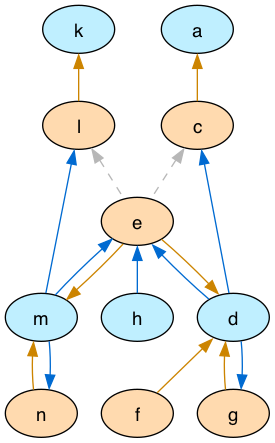
idaks/Games-and-Argumentation keeps this Graphviz diagram as lib/graph/arg_pw2_graph_colored.png. Above is the earlier version. Its source is kept beside it as lib/graph/arg_pw2_graph_colored.dot.
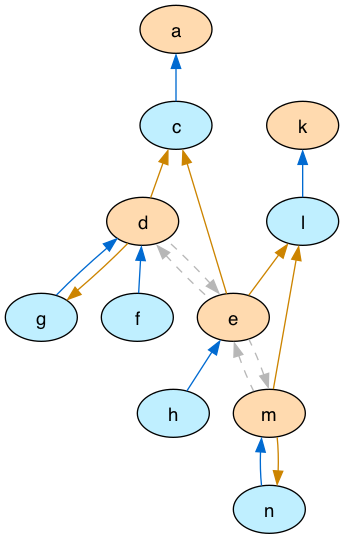
The same file after the commit.

Diff of the diagram source:
```diff
@@ -1,25 +1,25 @@
 digraph G {
   node [shape=oval style=filled fontname=Helvetica fontsize=14]
-  node [fillcolor="#ffdaaf" fontcolor="#000000"] c l e f g n;
-  node [fillcolor="#bfefff" fontcolor="#000000"] a k d m h;
+  node [fillcolor="#ffdaaf" fontcolor="#000000"] a k d e m;
+  node [fillcolor="#bfefff" fontcolor="#000000"] c l f g h n;
   node [fillcolor="white" fontcolor="black"];
-  edge [dir=back, color="#cc8400", style="solid"]
+  edge [dir=back, color="#006ad1", style="solid"]
         "a" -> "c"
         "k" -> "l"
-        "d" -> "e"
-        "m" -> "e"
         "d" -> "f"
         "d" -> "g"
+        "e" -> "h"
         "m" -> "n"
-  edge [dir=back, color="#006ad1", style="solid"]
+  edge [dir=back, color="#cc8400", style="solid"]
         "c" -> "d"
+        "c" -> "e"
+        "l" -> "e"
         "l" -> "m"
+        "g" -> "d"
+        "n" -> "m"
+  edge [dir=back, color="#b7b7b7", style="dashed"]
+        "d" -> "e"
         "e" -> "d"
         "e" -> "m"
-        "g" -> "d"
-        "e" -> "h"
-        "n" -> "m"
-  edge [dir=back, color="#b7b7b7", style="dashed"]
-        "c" -> "e"
-        "l" -> "e"
+        "m" -> "e"
 }
```
